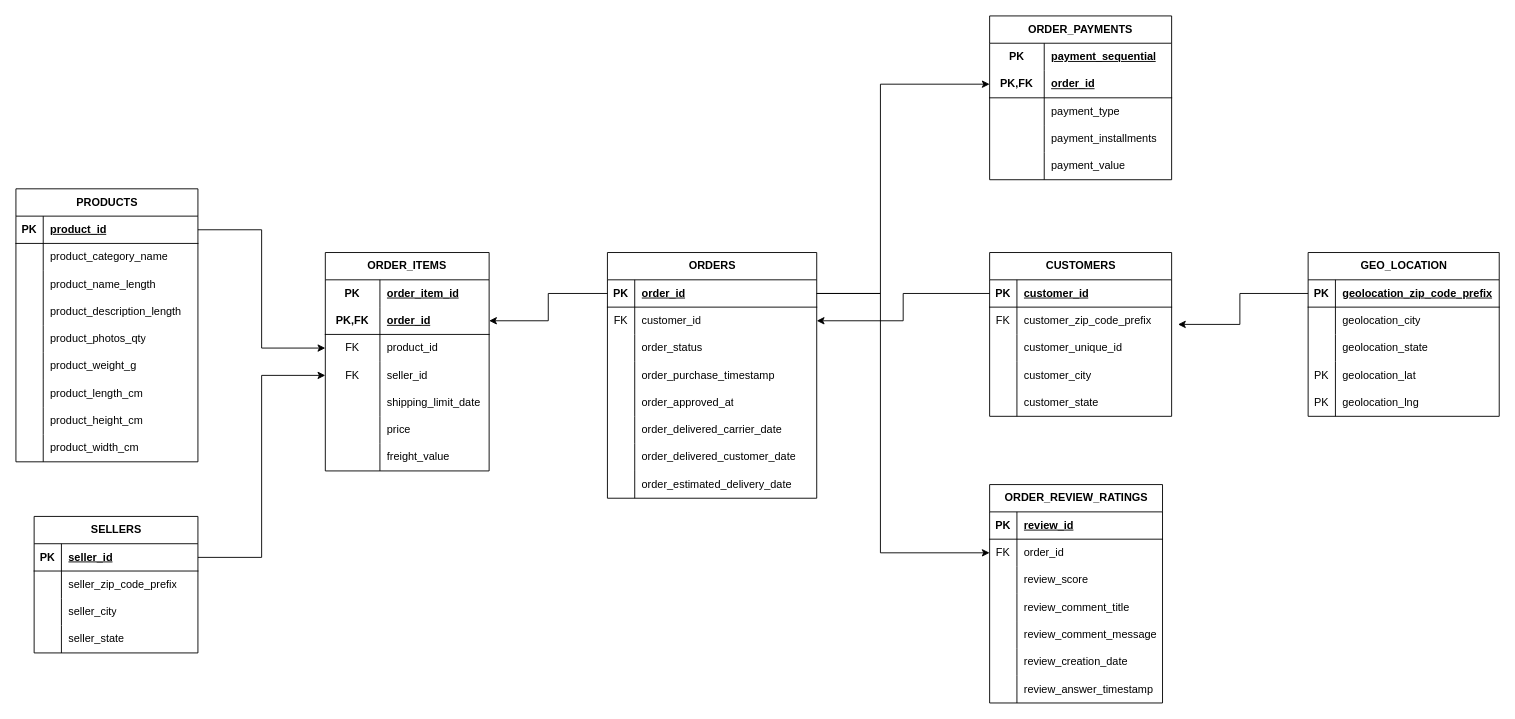
ANG112/Proyecto_PFC_ASIR keeps this draw.io diagram as page "Modelo Lógico" (2 of 3) of BBDD/erp_db.drawio. Above is the earlier version. Source tidied: cells renumbered, new cells numbered last; positions are measured from the earlier drawing's top-left corner, leaving out a move shared by most shapes. Both pictures are drawn from the tidied source at 91%, with x=0, y=0 at pixel (15, 15).
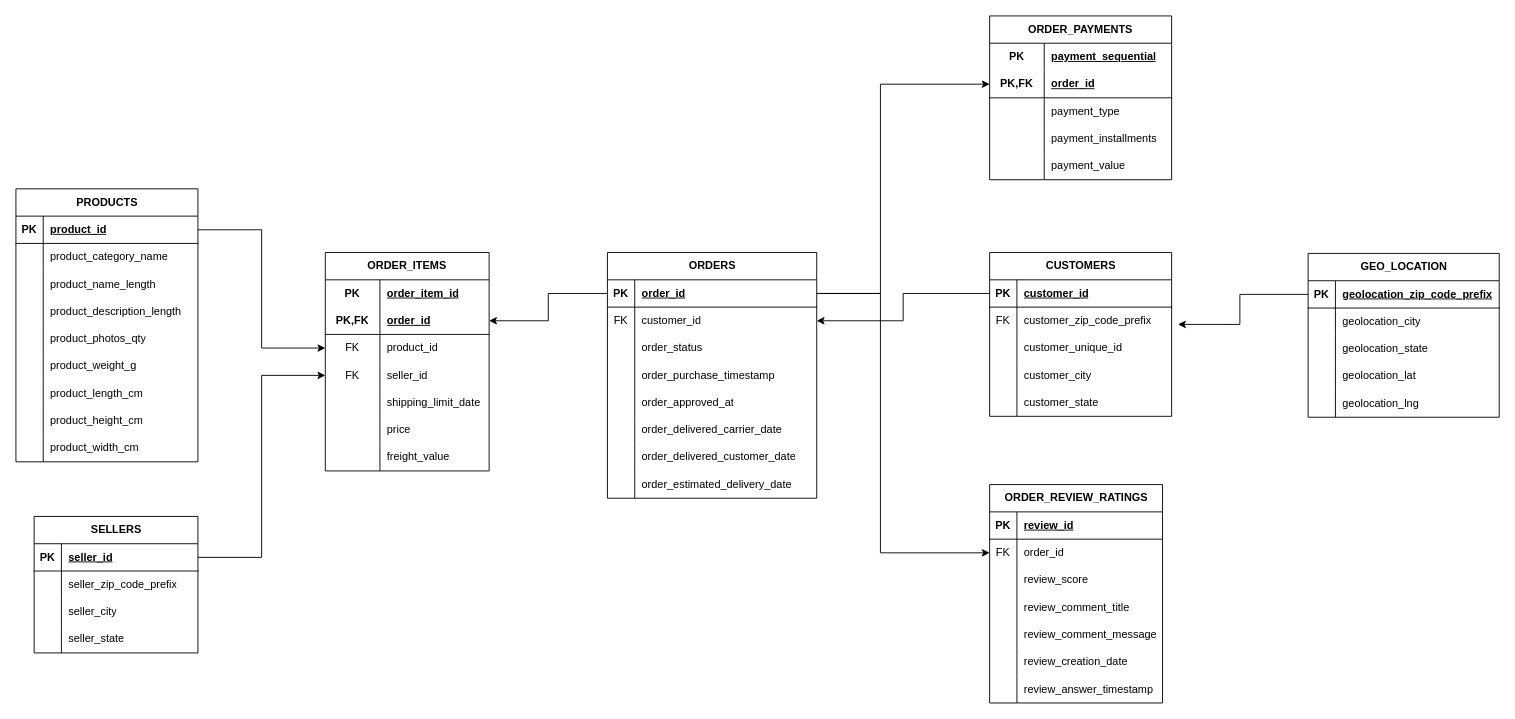
The same page after the edit.

Unchanged cells that the change refers to:
```xml
<mxCell id="75" style="shape=tableRow;horizontal=0;startSize=0;swimlaneHead=0;swimlaneBody=0;fillColor=none;top=0;left=0;right=0;bottom=0;" parent="65" vertex="1">
  <mxGeometry y="120" width="210" height="30" as="geometry" />
</mxCell>
<mxCell id="78" style="shape=tableRow;horizontal=0;startSize=0;swimlaneHead=0;swimlaneBody=0;fillColor=none;top=0;left=0;right=0;bottom=0;" parent="65" vertex="1">
  <mxGeometry y="150" width="210" height="30" as="geometry" />
</mxCell>
```

The edit, as a diff of the source:
```diff
@@
     <mxCell id="65" value="GEO_LOCATION" style="shape=table;startSize=30;childLayout=tableLayout;rowLines=0;fontStyle=1;align=center;html=1;" parent="1" vertex="1">
-      <mxGeometry x="1420" y="260" width="210" height="180" as="geometry" />
+      <mxGeometry x="1420" y="261" width="210" height="180" as="geometry" />
     </mxCell>
@@
-    <mxCell id="76" value="PK" style="shape=partialRectangle;fillColor=none;top=0;left=0;bottom=0;right=0;overflow=hidden;whiteSpace=wrap;html=1;" parent="75" vertex="1">
+    <mxCell id="76" style="shape=partialRectangle;fillColor=none;top=0;left=0;bottom=0;right=0;overflow=hidden;whiteSpace=wrap;html=1;" parent="75" vertex="1">
       <mxGeometry width="30" height="30" as="geometry" />
     </mxCell>
@@
-    <mxCell id="79" value="PK" style="shape=partialRectangle;fillColor=none;top=0;left=0;bottom=0;right=0;overflow=hidden;whiteSpace=wrap;html=1;" parent="78" vertex="1">
+    <mxCell id="79" style="shape=partialRectangle;fillColor=none;top=0;left=0;bottom=0;right=0;overflow=hidden;whiteSpace=wrap;html=1;" parent="78" vertex="1">
       <mxGeometry width="30" height="30" as="geometry" />
     </mxCell>
```
